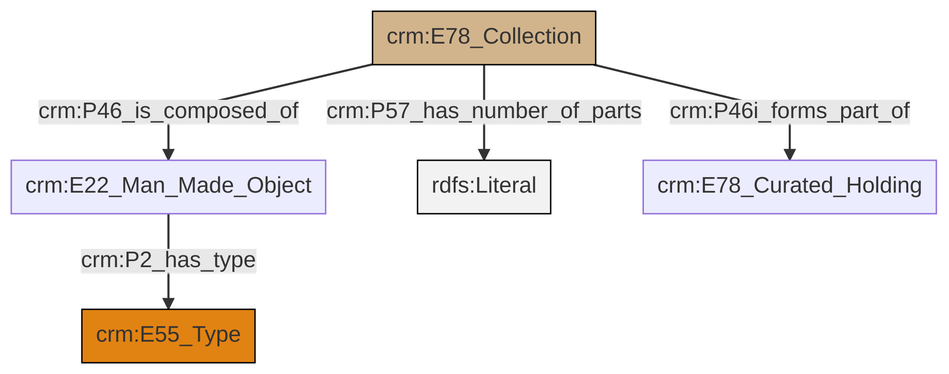
This is et/archivalCSV/ttl/mmd/png/archival_parthood.png from swiss-art-research-net/docs.swissartresearch, a Mermaid export, as it was before one commit. Its source is kept beside it as et/archivalCSV/ttl/mmd/archival_parthood.ttl.mmd.
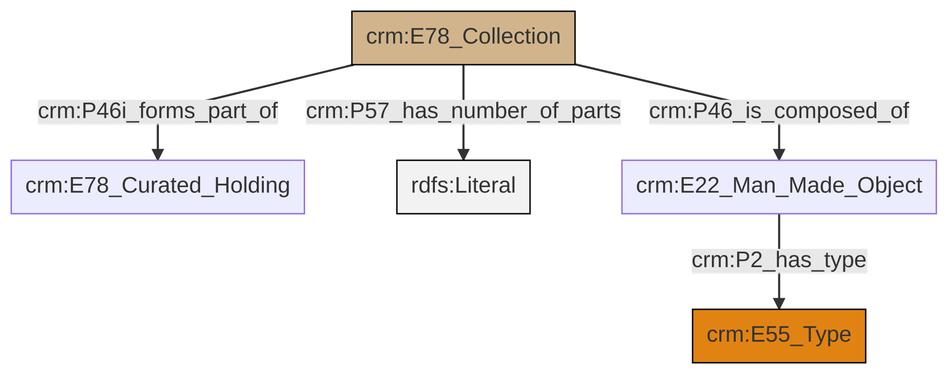
After the commit.

What changed in the source:
```diff
@@ -13,7 +13,7 @@
 classDef PC_Classes fill:#4ce600, stroke:#000000;
 classDef Multi fill:#cccccc,stroke:#000000;
 
-0["crm:E22_Man_Made_Object"]:::Default -->|crm:P2_has_type| 1["crm:E55_Type"]:::Type
-2["crm:E78_Collection"]:::Physical_Thing -->|crm:P57_has_number_of_parts| 3[rdfs:Literal]:::Literal
-2["crm:E78_Collection"]:::Physical_Thing -->|crm:P46i_forms_part_of| 4["crm:E78_Curated_Holding"]:::Default
-2["crm:E78_Collection"]:::Physical_Thing -->|crm:P46_is_composed_of| 0["crm:E22_Man_Made_Object"]:::Default
+2["crm:E78_Collection"]:::Physical_Thing -->|crm:P46i_forms_part_of| 0["crm:E78_Curated_Holding"]:::Default
+2["crm:E78_Collection"]:::Physical_Thing -->|crm:P57_has_number_of_parts| 5[rdfs:Literal]:::Literal
+2["crm:E78_Collection"]:::Physical_Thing -->|crm:P46_is_composed_of| 6["crm:E22_Man_Made_Object"]:::Default
+6["crm:E22_Man_Made_Object"]:::Default -->|crm:P2_has_type| 3["crm:E55_Type"]:::Type
```
